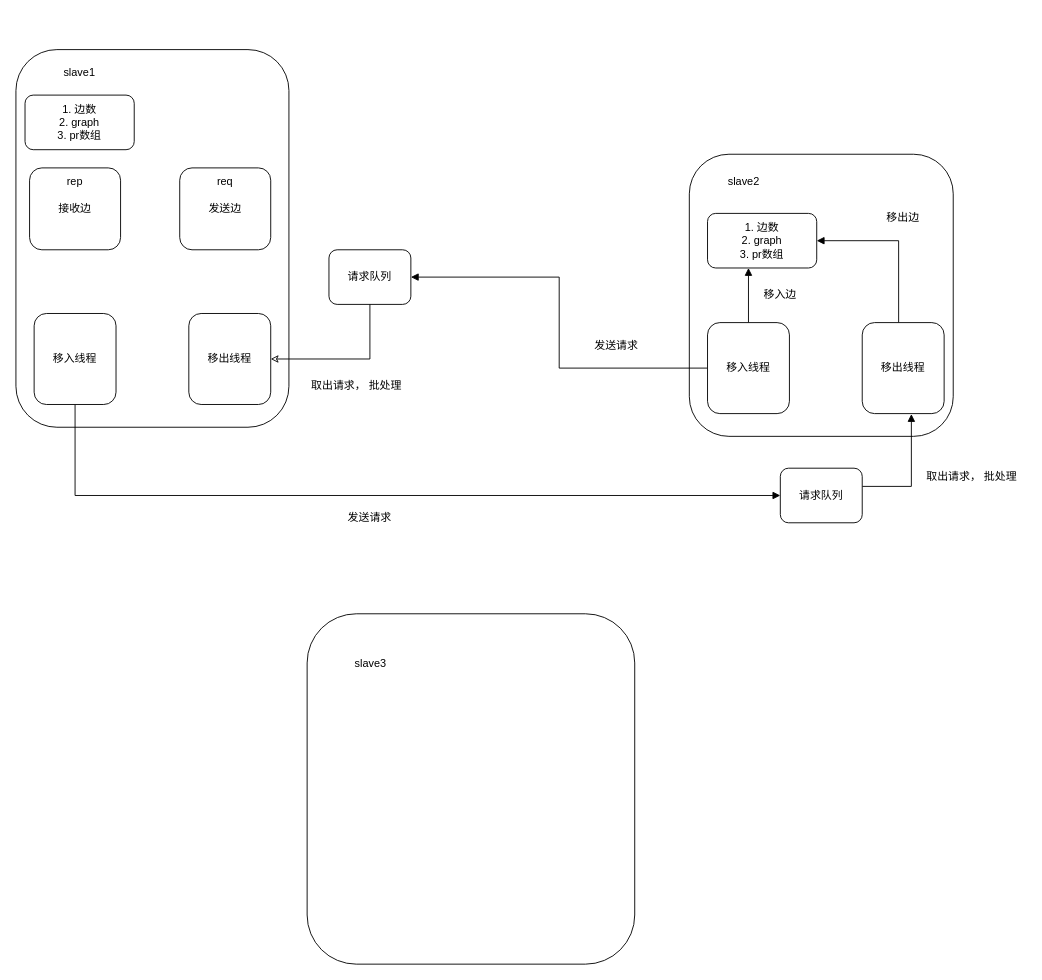
Earlier version of the draw.io diagram 分布式并行图划分.drawio (ductina/233). Source tidied: cells renumbered, new cells numbered last; positions are measured from the earlier drawing's top-left corner, leaving out a move shared by most shapes. Both pictures are drawn from the tidied source at 91%, with x=0, y=0 at pixel (15, 49).
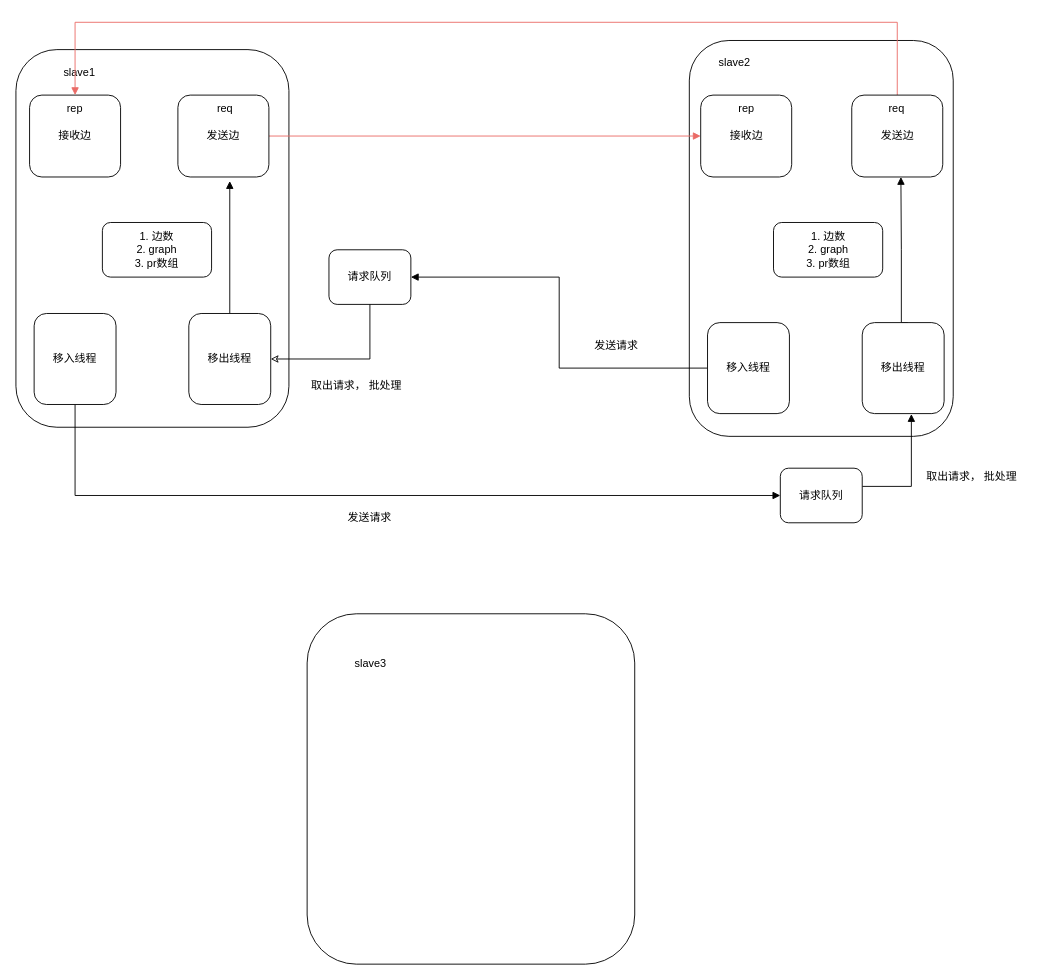
After the change.

Commit message:
Update 分布式并行图划分.drawio

Unchanged cells that the change refers to:
```xml
<mxCell id="13" value="移出线程" style="rounded=1;whiteSpace=wrap;html=1;" parent="1" vertex="1">
  <mxGeometry x="190" y="290" width="90" height="100" as="geometry" />
</mxCell>
<mxCell id="21" value="移入线程" style="rounded=1;whiteSpace=wrap;html=1;" parent="1" vertex="1">
  <mxGeometry x="760" y="300" width="90" height="100" as="geometry" />
</mxCell>
<mxCell id="23" value="移出线程" style="rounded=1;whiteSpace=wrap;html=1;" parent="1" vertex="1">
  <mxGeometry x="930" y="300" width="90" height="100" as="geometry" />
</mxCell>
```

Diff of the diagram source:
```diff
@@
     <mxCell id="3" style="rounded=1;whiteSpace=wrap;html=1;" parent="1" vertex="1">
-      <mxGeometry x="740" y="115" width="290" height="310" as="geometry" />
+      <mxGeometry x="740" y="-10" width="290" height="435" as="geometry" />
     </mxCell>
@@
     <mxCell id="6" value="slave2" style="text;html=1;strokeColor=none;fillColor=none;align=center;verticalAlign=middle;whiteSpace=wrap;rounded=0;" parent="1" vertex="1">
-      <mxGeometry x="770" y="130" width="60" height="30" as="geometry" />
+      <mxGeometry x="760" width="60" height="30" as="geometry" />
     </mxCell>
@@
     <mxCell id="8" value="1. 边数&lt;br&gt;2. graph&lt;br&gt;3. pr数组" style="rounded=1;whiteSpace=wrap;html=1;" parent="1" vertex="1">
-      <mxGeometry x="10" y="50" width="120" height="60" as="geometry" />
+      <mxGeometry x="95" y="190" width="120" height="60" as="geometry" />
     </mxCell>
@@
+    <mxCell id="32" style="edgeStyle=orthogonalEdgeStyle;rounded=0;jettySize=auto;html=1;entryX=0.57;entryY=1.05;entryDx=0;entryDy=0;entryPerimeter=0;startArrow=none;startFill=0;endArrow=block;endFill=1;" parent="1" edge="1" source="13" target="30">
+      <mxGeometry relative="1" as="geometry" />
+    </mxCell>
@@
     <mxCell id="18" value="1. 边数&lt;br&gt;2. graph&lt;br&gt;3. pr数组" style="rounded=1;whiteSpace=wrap;html=1;" parent="1" vertex="1">
-      <mxGeometry x="760" y="180" width="120" height="60" as="geometry" />
+      <mxGeometry x="832.5" y="190" width="120" height="60" as="geometry" />
     </mxCell>
@@
-    <mxCell id="20" style="edgeStyle=orthogonalEdgeStyle;rounded=0;jettySize=auto;html=1;entryX=0.375;entryY=1;entryDx=0;entryDy=0;entryPerimeter=0;startArrow=none;startFill=0;endArrow=block;endFill=1;" parent="1" edge="1" source="21" target="18">
-      <mxGeometry relative="1" as="geometry" />
-    </mxCell>
@@
-    <mxCell id="22" style="edgeStyle=orthogonalEdgeStyle;rounded=0;jettySize=auto;html=1;entryX=1;entryY=0.5;entryDx=0;entryDy=0;startArrow=none;startFill=0;endArrow=block;endFill=1;" parent="1" edge="1" source="23" target="18">
-      <mxGeometry relative="1" as="geometry">
-        <Array as="points">
-          <mxPoint x="970" y="210" />
-        </Array>
-      </mxGeometry>
-    </mxCell>
+    <mxCell id="33" style="edgeStyle=orthogonalEdgeStyle;rounded=0;orthogonalLoop=1;jettySize=auto;html=1;startArrow=none;startFill=0;endArrow=block;endFill=1;" parent="1" edge="1">
+      <mxGeometry relative="1" as="geometry">
+        <mxPoint x="980" y="300" as="sourcePoint" />
+        <mxPoint x="972.5" y="140" as="targetPoint" />
+        <Array as="points">
+          <mxPoint x="973" y="300" />
+          <mxPoint x="973" y="220" />
+        </Array>
+      </mxGeometry>
+    </mxCell>
@@
-    <mxCell id="24" value="移出边" style="text;html=1;strokeColor=none;fillColor=none;align=center;verticalAlign=middle;whiteSpace=wrap;rounded=0;" parent="1" vertex="1">
-      <mxGeometry x="945" y="170" width="60" height="30" as="geometry" />
-    </mxCell>
@@
-    <mxCell id="27" value="移入边" style="text;html=1;strokeColor=none;fillColor=none;align=center;verticalAlign=middle;whiteSpace=wrap;rounded=0;" parent="1" vertex="1">
-      <mxGeometry x="810" y="255" width="60" height="30" as="geometry" />
-    </mxCell>
     <mxCell id="28" value="接收边" style="rounded=1;whiteSpace=wrap;html=1;" parent="1" vertex="1">
-      <mxGeometry x="15" y="130" width="100" height="90" as="geometry" />
+      <mxGeometry x="15" y="50" width="100" height="90" as="geometry" />
     </mxCell>
     <mxCell id="29" value="rep" style="text;html=1;strokeColor=none;fillColor=none;align=center;verticalAlign=middle;whiteSpace=wrap;rounded=0;" parent="1" vertex="1">
-      <mxGeometry x="35" y="130" width="60" height="30" as="geometry" />
+      <mxGeometry x="35" y="50" width="60" height="30" as="geometry" />
     </mxCell>
+    <mxCell id="34" style="edgeStyle=orthogonalEdgeStyle;rounded=0;jettySize=auto;html=1;entryX=0;entryY=0.5;entryDx=0;entryDy=0;startArrow=none;startFill=0;endArrow=block;endFill=1;strokeColor=#EA6B66;" parent="1" edge="1" source="30" target="35">
+      <mxGeometry relative="1" as="geometry" />
+    </mxCell>
     <mxCell id="30" value="发送边" style="rounded=1;whiteSpace=wrap;html=1;" parent="1" vertex="1">
-      <mxGeometry x="180" y="130" width="100" height="90" as="geometry" />
+      <mxGeometry x="178" y="50" width="100" height="90" as="geometry" />
     </mxCell>
     <mxCell id="31" value="req" style="text;html=1;strokeColor=none;fillColor=none;align=center;verticalAlign=middle;whiteSpace=wrap;rounded=0;" parent="1" vertex="1">
-      <mxGeometry x="200" y="130" width="60" height="30" as="geometry" />
+      <mxGeometry x="200" y="50" width="60" height="30" as="geometry" />
     </mxCell>
+    <mxCell id="35" value="接收边" style="rounded=1;whiteSpace=wrap;html=1;" parent="1" vertex="1">
+      <mxGeometry x="752.5" y="50" width="100" height="90" as="geometry" />
+    </mxCell>
+    <mxCell id="36" value="rep" style="text;html=1;strokeColor=none;fillColor=none;align=center;verticalAlign=middle;whiteSpace=wrap;rounded=0;" parent="1" vertex="1">
+      <mxGeometry x="772.5" y="50" width="60" height="30" as="geometry" />
+    </mxCell>
+    <mxCell id="37" style="edgeStyle=orthogonalEdgeStyle;rounded=0;jettySize=auto;html=1;entryX=0.5;entryY=0;entryDx=0;entryDy=0;startArrow=none;startFill=0;endArrow=block;endFill=1;strokeColor=#EA6B66;" parent="1" edge="1" source="38" target="29">
+      <mxGeometry relative="1" as="geometry">
+        <Array as="points">
+          <mxPoint x="969" y="-30" />
+          <mxPoint x="65" y="-30" />
+        </Array>
+      </mxGeometry>
+    </mxCell>
+    <mxCell id="38" value="发送边" style="rounded=1;whiteSpace=wrap;html=1;" parent="1" vertex="1">
+      <mxGeometry x="918.5" y="50" width="100" height="90" as="geometry" />
+    </mxCell>
+    <mxCell id="39" value="req" style="text;html=1;strokeColor=none;fillColor=none;align=center;verticalAlign=middle;whiteSpace=wrap;rounded=0;" parent="1" vertex="1">
+      <mxGeometry x="937.5" y="50" width="60" height="30" as="geometry" />
+    </mxCell>
```
